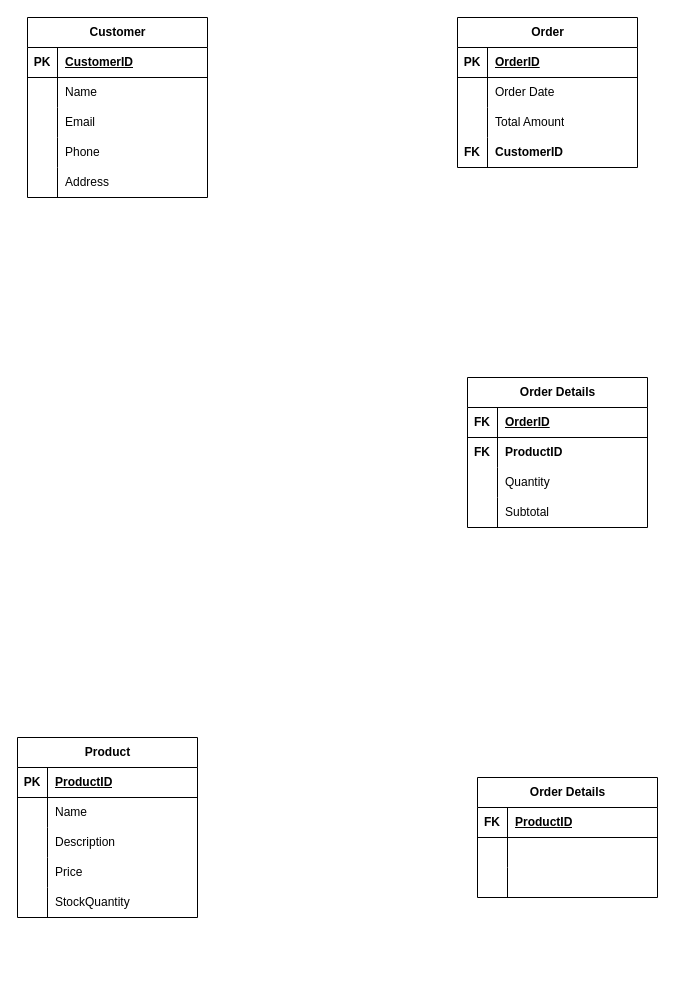
mmakash/100_projects-afnan keeps this draw.io diagram as simple online retail Diagram.drawio. Above is the earlier version. Source tidied: cells renumbered, new cells numbered last; positions are measured from the earlier drawing's top-left corner, leaving out a move shared by most shapes. Both pictures are drawn from the tidied source at 100%, with x=0, y=0 at pixel (17, 17).
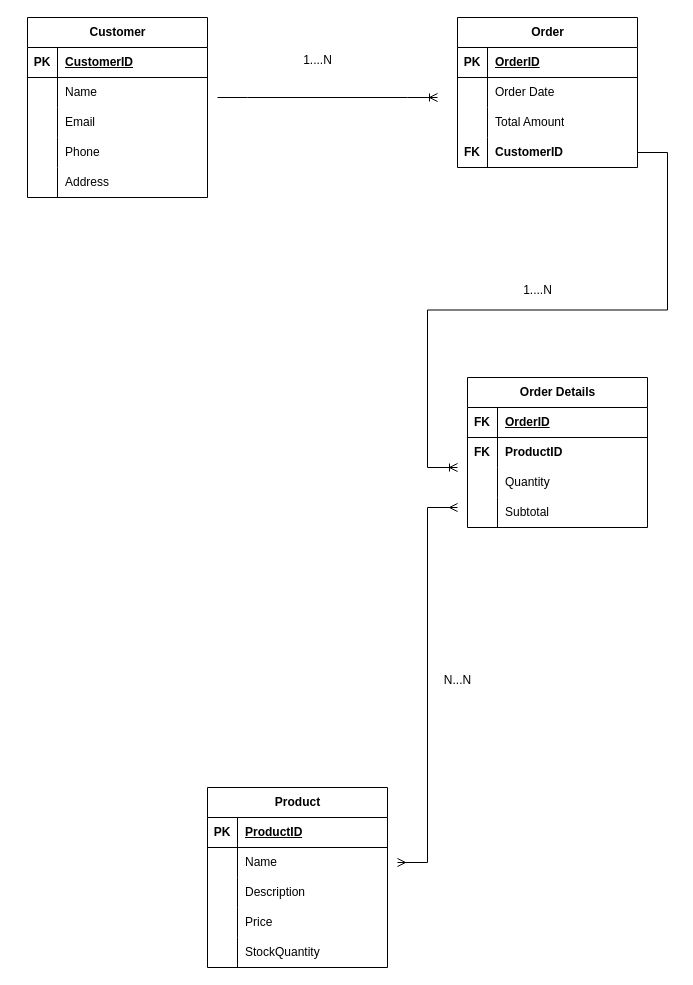
The same page after the edit.

The change refers to these unchanged cells:
```xml
<mxCell id="28" style="shape=tableRow;horizontal=0;startSize=0;swimlaneHead=0;swimlaneBody=0;fillColor=none;points=[[0,0.5],[1,0.5]];portConstraint=eastwest;top=0;left=0;right=0;bottom=0;" parent="18" vertex="1">
  <mxGeometry y="120" width="180" height="30" as="geometry" />
</mxCell>
```

Diff of the diagram source:
```diff
@@
     <mxCell id="44" value="Product" style="shape=table;startSize=30;childLayout=tableLayout;rowLines=0;fontStyle=1;align=center;html=1;" parent="1" vertex="1">
-      <mxGeometry y="720" width="180" height="180" as="geometry" />
+      <mxGeometry x="190" y="770" width="180" height="180" as="geometry" />
     </mxCell>
@@
-    <mxCell id="60" value="Order Details" style="shape=table;startSize=30;childLayout=tableLayout;rowLines=0;fontStyle=1;align=center;html=1;" parent="1" vertex="1">
-      <mxGeometry x="460" y="760" width="180" height="120" as="geometry" />
-    </mxCell>
-    <mxCell id="61" style="shape=tableRow;horizontal=0;startSize=0;swimlaneHead=0;swimlaneBody=0;fillColor=none;top=0;left=0;right=0;bottom=1;" parent="60" vertex="1">
-      <mxGeometry y="30" width="180" height="30" as="geometry" />
-    </mxCell>
-    <mxCell id="62" value="FK" style="shape=partialRectangle;fillColor=none;top=0;left=0;bottom=0;right=0;fontStyle=1;overflow=hidden;whiteSpace=wrap;html=1;" parent="61" vertex="1">
-      <mxGeometry width="30" height="30" as="geometry" />
-    </mxCell>
-    <mxCell id="63" value="ProductID" style="shape=partialRectangle;fillColor=none;top=0;left=0;bottom=0;right=0;align=left;spacingLeft=6;fontStyle=5;overflow=hidden;whiteSpace=wrap;html=1;" parent="61" vertex="1">
-      <mxGeometry x="30" width="150" height="30" as="geometry" />
-    </mxCell>
-    <mxCell id="64" style="shape=tableRow;horizontal=0;startSize=0;swimlaneHead=0;swimlaneBody=0;fillColor=none;top=0;left=0;right=0;bottom=0;" parent="60" vertex="1">
-      <mxGeometry y="60" width="180" height="30" as="geometry" />
-    </mxCell>
-    <mxCell id="65" style="shape=partialRectangle;fillColor=none;top=0;left=0;bottom=0;right=0;overflow=hidden;whiteSpace=wrap;html=1;" parent="64" vertex="1">
-      <mxGeometry width="30" height="30" as="geometry" />
-    </mxCell>
-    <mxCell id="66" style="shape=partialRectangle;fillColor=none;top=0;left=0;bottom=0;right=0;align=left;spacingLeft=6;overflow=hidden;whiteSpace=wrap;html=1;" parent="64" vertex="1">
-      <mxGeometry x="30" width="150" height="30" as="geometry" />
-    </mxCell>
-    <mxCell id="67" style="shape=tableRow;horizontal=0;startSize=0;swimlaneHead=0;swimlaneBody=0;fillColor=none;top=0;left=0;right=0;bottom=0;" parent="60" vertex="1">
-      <mxGeometry y="90" width="180" height="30" as="geometry" />
-    </mxCell>
-    <mxCell id="68" style="shape=partialRectangle;fillColor=none;top=0;left=0;bottom=0;right=0;overflow=hidden;whiteSpace=wrap;html=1;" parent="67" vertex="1">
-      <mxGeometry width="30" height="30" as="geometry" />
-    </mxCell>
-    <mxCell id="69" style="shape=partialRectangle;fillColor=none;top=0;left=0;bottom=0;right=0;align=left;spacingLeft=6;overflow=hidden;whiteSpace=wrap;html=1;" parent="67" vertex="1">
-      <mxGeometry x="30" width="150" height="30" as="geometry" />
-    </mxCell>
+    <mxCell id="70" style="edgeStyle=entityRelationEdgeStyle;fontSize=12;html=1;endArrow=ERoneToMany;rounded=0;" parent="1" edge="1">
+      <mxGeometry relative="1" as="geometry">
+        <mxPoint x="200" y="80" as="sourcePoint" />
+        <mxPoint x="420" y="80" as="targetPoint" />
+        <Array as="points">
+          <mxPoint x="300" y="60" />
+        </Array>
+      </mxGeometry>
+    </mxCell>
+    <mxCell id="71" value="1....N" style="text;html=1;align=center;verticalAlign=middle;strokeColor=none;fillColor=none;" parent="1" vertex="1">
+      <mxGeometry x="275" y="28" width="50" height="30" as="geometry" />
+    </mxCell>
+    <mxCell id="72" style="edgeStyle=entityRelationEdgeStyle;fontSize=12;html=1;endArrow=ERoneToMany;rounded=0;" parent="1" edge="1" source="28">
+      <mxGeometry relative="1" as="geometry">
+        <mxPoint x="440" y="450" as="targetPoint" />
+      </mxGeometry>
+    </mxCell>
+    <mxCell id="73" value="1....N" style="text;html=1;align=center;verticalAlign=middle;strokeColor=none;fillColor=none;" parent="1" vertex="1">
+      <mxGeometry x="495" y="258" width="50" height="30" as="geometry" />
+    </mxCell>
+    <mxCell id="74" style="edgeStyle=entityRelationEdgeStyle;fontSize=12;html=1;endArrow=ERmany;startArrow=ERmany;rounded=0;" parent="1" edge="1">
+      <mxGeometry relative="1" as="geometry">
+        <mxPoint x="380" y="845" as="sourcePoint" />
+        <mxPoint x="440" y="490" as="targetPoint" />
+        <Array as="points">
+          <mxPoint x="560" y="720" />
+          <mxPoint x="600" y="790" />
+        </Array>
+      </mxGeometry>
+    </mxCell>
+    <mxCell id="75" value="N...N" style="text;html=1;align=center;verticalAlign=middle;strokeColor=none;fillColor=none;" parent="1" vertex="1">
+      <mxGeometry x="415" y="648" width="50" height="30" as="geometry" />
+    </mxCell>
```
